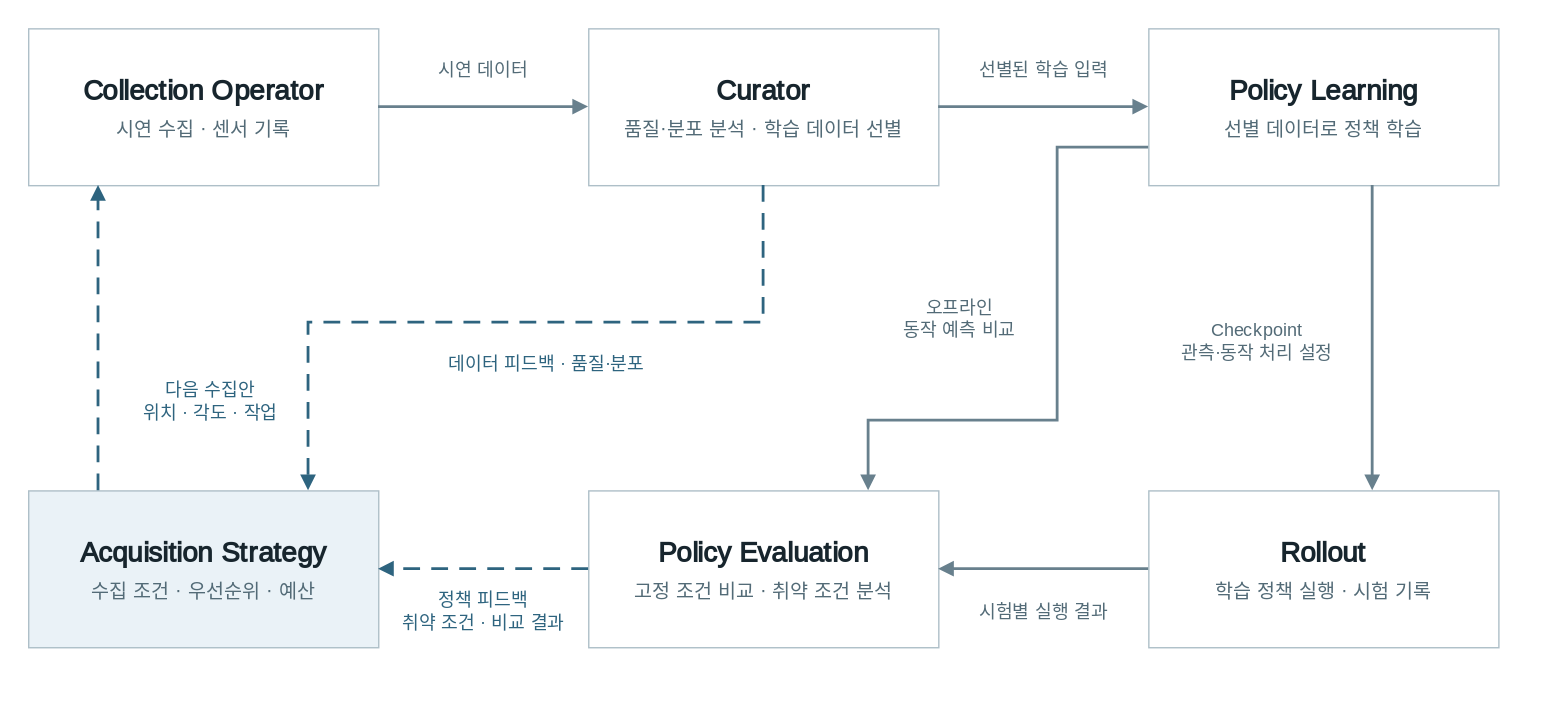
Earlier version of the draw.io export docs/portfolio/closed-loop.drawio.svg (hasemu1211/fr5-lerobot-connector). Source tidied: cells renumbered, new cells last; positions are measured from the earlier drawing's top-left corner, leaving out a move shared by most shapes. Source of this version:
```xml
<mxGraphModel>
  <root>
    <mxCell id="0" />
    <mxCell id="1" parent="0" />
    <mxCell id="2" value="&lt;div style=&quot;text-align:center;line-height:1.65&quot;&gt;&lt;b style=&quot;font-size:20px&quot;&gt;Collection Operator&lt;/b&gt;&lt;br&gt;&lt;span style=&quot;font-size:14px;color:#536b77&quot;&gt;시연 수집 · 센서 기록&lt;/span&gt;&lt;/div&gt;" style="html=1;whiteSpace=wrap;fontFamily=Noto Sans CJK KR;fontColor=#17252d;align=center;verticalAlign=middle;spacing=0;fillColor=#ffffff;strokeColor=#aebfc8;" parent="1" vertex="1">
      <mxGeometry width="250" height="112" as="geometry" />
    </mxCell>
    <mxCell id="3" value="&lt;div style=&quot;text-align:center;line-height:1.65&quot;&gt;&lt;b style=&quot;font-size:20px&quot;&gt;Curator&lt;/b&gt;&lt;br&gt;&lt;span style=&quot;font-size:14px;color:#536b77&quot;&gt;품질·분포 분석 · 학습 데이터 선별&lt;/span&gt;&lt;/div&gt;" style="html=1;whiteSpace=wrap;fontFamily=Noto Sans CJK KR;fontColor=#17252d;align=center;verticalAlign=middle;spacing=0;fillColor=#ffffff;strokeColor=#aebfc8;" parent="1" vertex="1">
      <mxGeometry x="400" width="250" height="112" as="geometry" />
    </mxCell>
    <mxCell id="4" value="&lt;div style=&quot;text-align:center;line-height:1.65&quot;&gt;&lt;b style=&quot;font-size:20px&quot;&gt;Policy Learning&lt;/b&gt;&lt;br&gt;&lt;span style=&quot;font-size:14px;color:#536b77&quot;&gt;선별 데이터로 정책 학습&lt;/span&gt;&lt;/div&gt;" style="html=1;whiteSpace=wrap;fontFamily=Noto Sans CJK KR;fontColor=#17252d;align=center;verticalAlign=middle;spacing=0;fillColor=#ffffff;strokeColor=#aebfc8;" parent="1" vertex="1">
      <mxGeometry x="800" width="250" height="112" as="geometry" />
    </mxCell>
    <mxCell id="5" value="&lt;div style=&quot;text-align:center;line-height:1.65&quot;&gt;&lt;b style=&quot;font-size:20px&quot;&gt;Acquisition Strategy&lt;/b&gt;&lt;br&gt;&lt;span style=&quot;font-size:14px;color:#536b77&quot;&gt;수집 조건 · 우선순위 · 예산&lt;/span&gt;&lt;/div&gt;" style="html=1;whiteSpace=wrap;fontFamily=Noto Sans CJK KR;fontColor=#17252d;align=center;verticalAlign=middle;spacing=0;fillColor=#eaf2f7;strokeColor=#aebfc8;" parent="1" vertex="1">
      <mxGeometry y="330" width="250" height="112" as="geometry" />
    </mxCell>
    <mxCell id="6" value="&lt;div style=&quot;text-align:center;line-height:1.65&quot;&gt;&lt;b style=&quot;font-size:20px&quot;&gt;Policy Evaluation&lt;/b&gt;&lt;br&gt;&lt;span style=&quot;font-size:14px;color:#536b77&quot;&gt;고정 조건 비교 · 취약 조건 분석&lt;/span&gt;&lt;/div&gt;" style="html=1;whiteSpace=wrap;fontFamily=Noto Sans CJK KR;fontColor=#17252d;align=center;verticalAlign=middle;spacing=0;fillColor=#ffffff;strokeColor=#aebfc8;" parent="1" vertex="1">
      <mxGeometry x="400" y="330" width="250" height="112" as="geometry" />
    </mxCell>
    <mxCell id="7" value="&lt;div style=&quot;text-align:center;line-height:1.65&quot;&gt;&lt;b style=&quot;font-size:20px&quot;&gt;Rollout&lt;/b&gt;&lt;br&gt;&lt;span style=&quot;font-size:14px;color:#536b77&quot;&gt;학습 정책 실행 · 시험 기록&lt;/span&gt;&lt;/div&gt;" style="html=1;whiteSpace=wrap;fontFamily=Noto Sans CJK KR;fontColor=#17252d;align=center;verticalAlign=middle;spacing=0;fillColor=#ffffff;strokeColor=#aebfc8;" parent="1" vertex="1">
      <mxGeometry x="800" y="330" width="250" height="112" as="geometry" />
    </mxCell>
    <mxCell id="8" style="html=1;rounded=0;endArrow=block;endFill=1;strokeWidth=2;strokeColor=#68808d;" parent="1" edge="1">
      <mxGeometry relative="1" as="geometry">
        <mxPoint x="250" y="56" as="sourcePoint" />
        <mxPoint x="400" y="56" as="targetPoint" />
      </mxGeometry>
    </mxCell>
    <mxCell id="9" value="시연 데이터" style="html=1;whiteSpace=wrap;fontFamily=Noto Sans CJK KR;fontColor=#17252d;align=center;verticalAlign=middle;spacing=0;text;html=1;align=center;verticalAlign=middle;fontSize=13;fontColor=#536b77;" parent="1" vertex="1">
      <mxGeometry x="250" y="8" width="150" height="42" as="geometry" />
    </mxCell>
    <mxCell id="10" style="html=1;rounded=0;endArrow=block;endFill=1;strokeWidth=2;strokeColor=#68808d;" parent="1" edge="1">
      <mxGeometry relative="1" as="geometry">
        <mxPoint x="650" y="56" as="sourcePoint" />
        <mxPoint x="800" y="56" as="targetPoint" />
      </mxGeometry>
    </mxCell>
    <mxCell id="11" value="선별된 학습 입력" style="html=1;whiteSpace=wrap;fontFamily=Noto Sans CJK KR;fontColor=#17252d;align=center;verticalAlign=middle;spacing=0;text;html=1;align=center;verticalAlign=middle;fontSize=13;fontColor=#536b77;" parent="1" vertex="1">
      <mxGeometry x="650" y="8" width="150" height="42" as="geometry" />
    </mxCell>
    <mxCell id="12" style="html=1;rounded=0;endArrow=block;endFill=1;strokeWidth=2;strokeColor=#68808d;" parent="1" edge="1">
      <mxGeometry relative="1" as="geometry">
        <mxPoint x="960" y="112" as="sourcePoint" />
        <mxPoint x="960" y="330" as="targetPoint" />
      </mxGeometry>
    </mxCell>
    <mxCell id="13" value="Checkpoint&lt;br&gt;관측·동작 처리 설정" style="html=1;whiteSpace=wrap;fontFamily=Noto Sans CJK KR;fontColor=#17252d;align=center;verticalAlign=middle;spacing=0;text;html=1;align=center;verticalAlign=middle;fontSize=13;fontColor=#536b77;" parent="1" vertex="1">
      <mxGeometry x="805" y="202" width="145" height="42" as="geometry" />
    </mxCell>
    <mxCell id="14" style="html=1;rounded=0;endArrow=block;endFill=1;strokeWidth=2;strokeColor=#68808d;" parent="1" edge="1">
      <mxGeometry relative="1" as="geometry">
        <mxPoint x="800" y="386" as="sourcePoint" />
        <mxPoint x="650" y="386" as="targetPoint" />
      </mxGeometry>
    </mxCell>
    <mxCell id="15" value="시험별 실행 결과" style="html=1;whiteSpace=wrap;fontFamily=Noto Sans CJK KR;fontColor=#17252d;align=center;verticalAlign=middle;spacing=0;text;html=1;align=center;verticalAlign=middle;fontSize=13;fontColor=#536b77;" parent="1" vertex="1">
      <mxGeometry x="650" y="395" width="150" height="42" as="geometry" />
    </mxCell>
    <mxCell id="16" style="html=1;rounded=0;endArrow=block;endFill=1;strokeWidth=2;strokeColor=#2e647f;dashed=1;dashPattern=6 4;" parent="1" edge="1">
      <mxGeometry relative="1" as="geometry">
        <mxPoint x="400" y="386" as="sourcePoint" />
        <mxPoint x="250" y="386" as="targetPoint" />
      </mxGeometry>
    </mxCell>
    <mxCell id="17" value="정책 피드백&lt;br&gt;취약 조건 · 비교 결과" style="html=1;whiteSpace=wrap;fontFamily=Noto Sans CJK KR;fontColor=#17252d;align=center;verticalAlign=middle;spacing=0;text;html=1;align=center;verticalAlign=middle;fontSize=13;fontColor=#2e647f;" parent="1" vertex="1">
      <mxGeometry x="250" y="395" width="150" height="42" as="geometry" />
    </mxCell>
    <mxCell id="18" style="html=1;rounded=0;endArrow=block;endFill=1;strokeWidth=2;strokeColor=#2e647f;dashed=1;dashPattern=6 4;" parent="1" edge="1">
      <mxGeometry relative="1" as="geometry">
        <mxPoint x="50" y="330" as="sourcePoint" />
        <mxPoint x="50" y="112" as="targetPoint" />
      </mxGeometry>
    </mxCell>
    <mxCell id="19" value="다음 수집안&lt;br&gt;위치 · 각도 · 작업" style="html=1;whiteSpace=wrap;fontFamily=Noto Sans CJK KR;fontColor=#17252d;align=center;verticalAlign=middle;spacing=0;text;html=1;align=center;verticalAlign=middle;fontSize=13;fontColor=#2e647f;" parent="1" vertex="1">
      <mxGeometry x="60" y="245" width="140" height="42" as="geometry" />
    </mxCell>
    <mxCell id="20" style="html=1;rounded=0;endArrow=block;endFill=1;strokeWidth=2;strokeColor=#2e647f;dashed=1;dashPattern=6 4;" parent="1" edge="1">
      <mxGeometry relative="1" as="geometry">
        <mxPoint x="525" y="112" as="sourcePoint" />
        <mxPoint x="200" y="330" as="targetPoint" />
        <Array as="points">
          <mxPoint x="525" y="210" />
          <mxPoint x="200" y="210" />
        </Array>
      </mxGeometry>
    </mxCell>
    <mxCell id="21" value="데이터 피드백 · 품질·분포" style="html=1;whiteSpace=wrap;fontFamily=Noto Sans CJK KR;fontColor=#17252d;align=center;verticalAlign=middle;spacing=0;text;html=1;align=center;verticalAlign=middle;fontSize=13;fontColor=#2e647f;" parent="1" vertex="1">
      <mxGeometry x="230" y="218" width="280" height="42" as="geometry" />
    </mxCell>
    <mxCell id="22" style="html=1;rounded=0;endArrow=block;endFill=1;strokeWidth=2;strokeColor=#68808d;" parent="1" edge="1">
      <mxGeometry relative="1" as="geometry">
        <mxPoint x="800" y="85" as="sourcePoint" />
        <mxPoint x="600" y="330" as="targetPoint" />
        <Array as="points">
          <mxPoint x="735" y="85" />
          <mxPoint x="735" y="280" />
          <mxPoint x="600" y="280" />
        </Array>
      </mxGeometry>
    </mxCell>
    <mxCell id="23" value="오프라인&lt;br&gt;동작 예측 비교" style="html=1;whiteSpace=wrap;fontFamily=Noto Sans CJK KR;fontColor=#17252d;align=center;verticalAlign=middle;spacing=0;text;html=1;align=center;verticalAlign=middle;fontSize=13;fontColor=#536b77;" parent="1" vertex="1">
      <mxGeometry x="605" y="186" width="120" height="42" as="geometry" />
    </mxCell>
  </root>
</mxGraphModel>
```
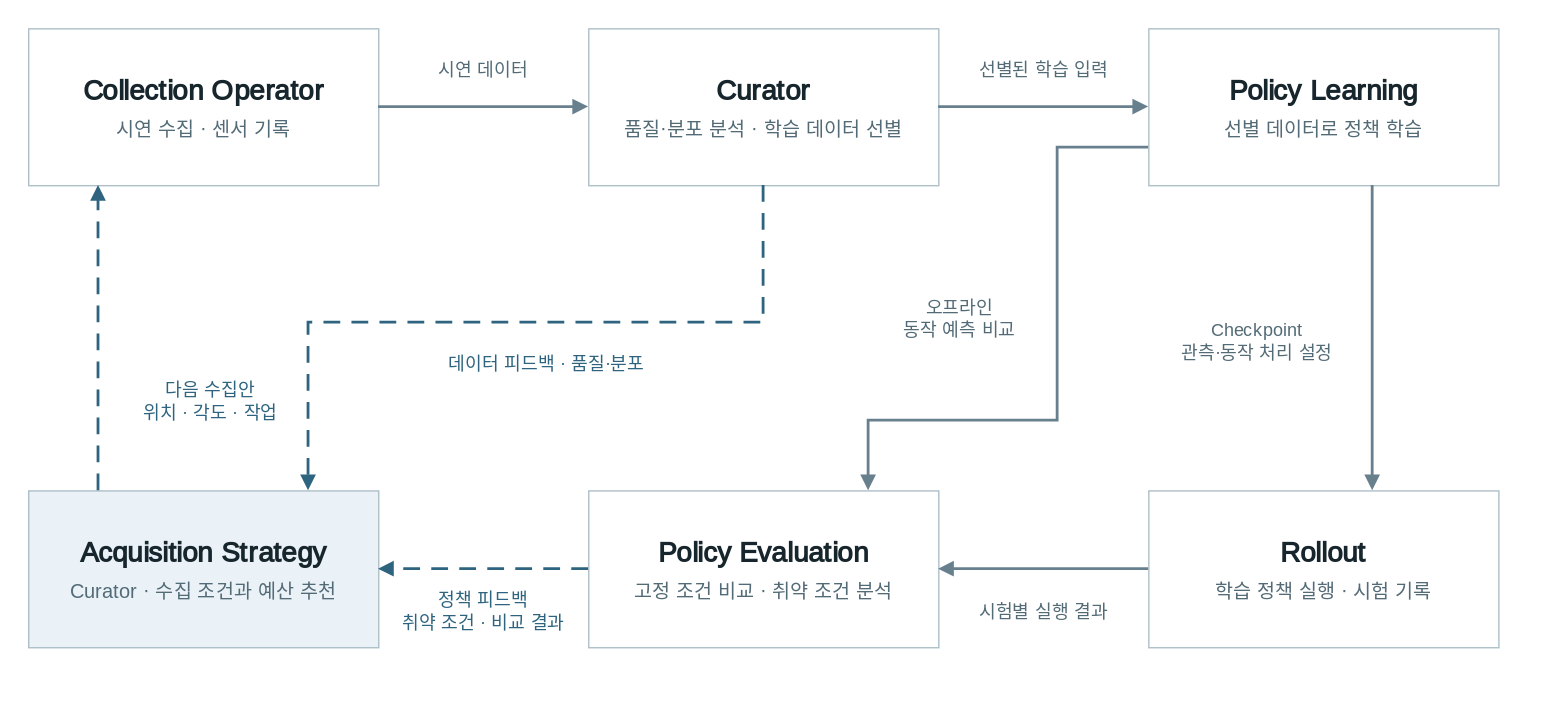
Later version of the same file.

The edit, as a diff of the source:
```diff
@@ -11,7 +11,7 @@
     <mxCell id="4" value="&lt;div style=&quot;text-align:center;line-height:1.65&quot;&gt;&lt;b style=&quot;font-size:20px&quot;&gt;Policy Learning&lt;/b&gt;&lt;br&gt;&lt;span style=&quot;font-size:14px;color:#536b77&quot;&gt;선별 데이터로 정책 학습&lt;/span&gt;&lt;/div&gt;" style="html=1;whiteSpace=wrap;fontFamily=Noto Sans CJK KR;fontColor=#17252d;align=center;verticalAlign=middle;spacing=0;fillColor=#ffffff;strokeColor=#aebfc8;" parent="1" vertex="1">
       <mxGeometry x="800" width="250" height="112" as="geometry" />
     </mxCell>
-    <mxCell id="5" value="&lt;div style=&quot;text-align:center;line-height:1.65&quot;&gt;&lt;b style=&quot;font-size:20px&quot;&gt;Acquisition Strategy&lt;/b&gt;&lt;br&gt;&lt;span style=&quot;font-size:14px;color:#536b77&quot;&gt;수집 조건 · 우선순위 · 예산&lt;/span&gt;&lt;/div&gt;" style="html=1;whiteSpace=wrap;fontFamily=Noto Sans CJK KR;fontColor=#17252d;align=center;verticalAlign=middle;spacing=0;fillColor=#eaf2f7;strokeColor=#aebfc8;" parent="1" vertex="1">
+    <mxCell id="5" value="&lt;div style=&quot;text-align:center;line-height:1.65&quot;&gt;&lt;b style=&quot;font-size:20px&quot;&gt;Acquisition Strategy&lt;/b&gt;&lt;br&gt;&lt;span style=&quot;font-size:14px;color:#536b77&quot;&gt;Curator · 수집 조건과 예산 추천&lt;/span&gt;&lt;/div&gt;" style="html=1;whiteSpace=wrap;fontFamily=Noto Sans CJK KR;fontColor=#17252d;align=center;verticalAlign=middle;spacing=0;fillColor=#eaf2f7;strokeColor=#aebfc8;" parent="1" vertex="1">
       <mxGeometry y="330" width="250" height="112" as="geometry" />
     </mxCell>
     <mxCell id="6" value="&lt;div style=&quot;text-align:center;line-height:1.65&quot;&gt;&lt;b style=&quot;font-size:20px&quot;&gt;Policy Evaluation&lt;/b&gt;&lt;br&gt;&lt;span style=&quot;font-size:14px;color:#536b77&quot;&gt;고정 조건 비교 · 취약 조건 분석&lt;/span&gt;&lt;/div&gt;" style="html=1;whiteSpace=wrap;fontFamily=Noto Sans CJK KR;fontColor=#17252d;align=center;verticalAlign=middle;spacing=0;fillColor=#ffffff;strokeColor=#aebfc8;" parent="1" vertex="1">
```
